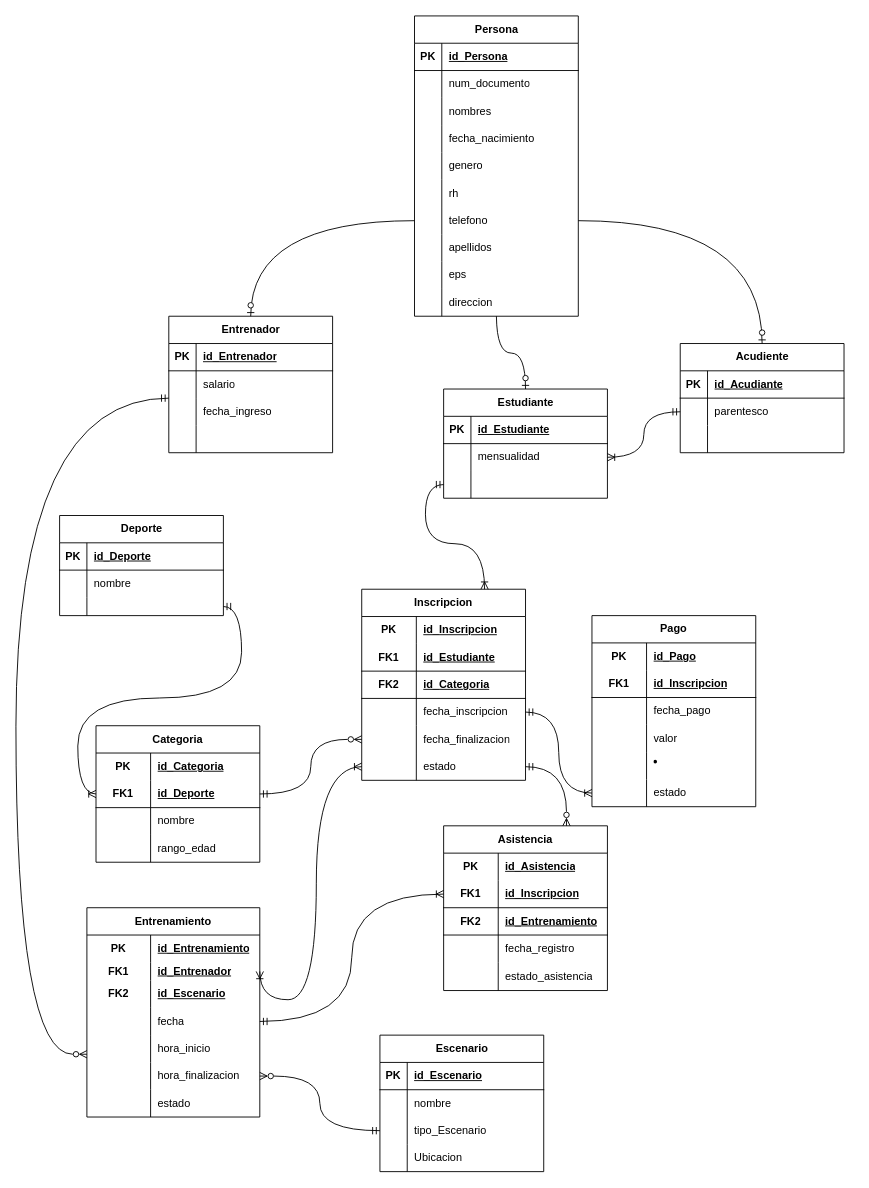
The draw.io diagram diagramas/diagrama_eer.drawio in jmmartinezbaute/proyecto-integrador-base-de-datos-1, before the edit. Source tidied: cells renumbered, new cells numbered last; positions are measured from the earlier drawing's top-left corner, leaving out a move shared by most shapes. Both pictures are drawn from the tidied source at 91%, with x=0, y=0 at pixel (15, 15).
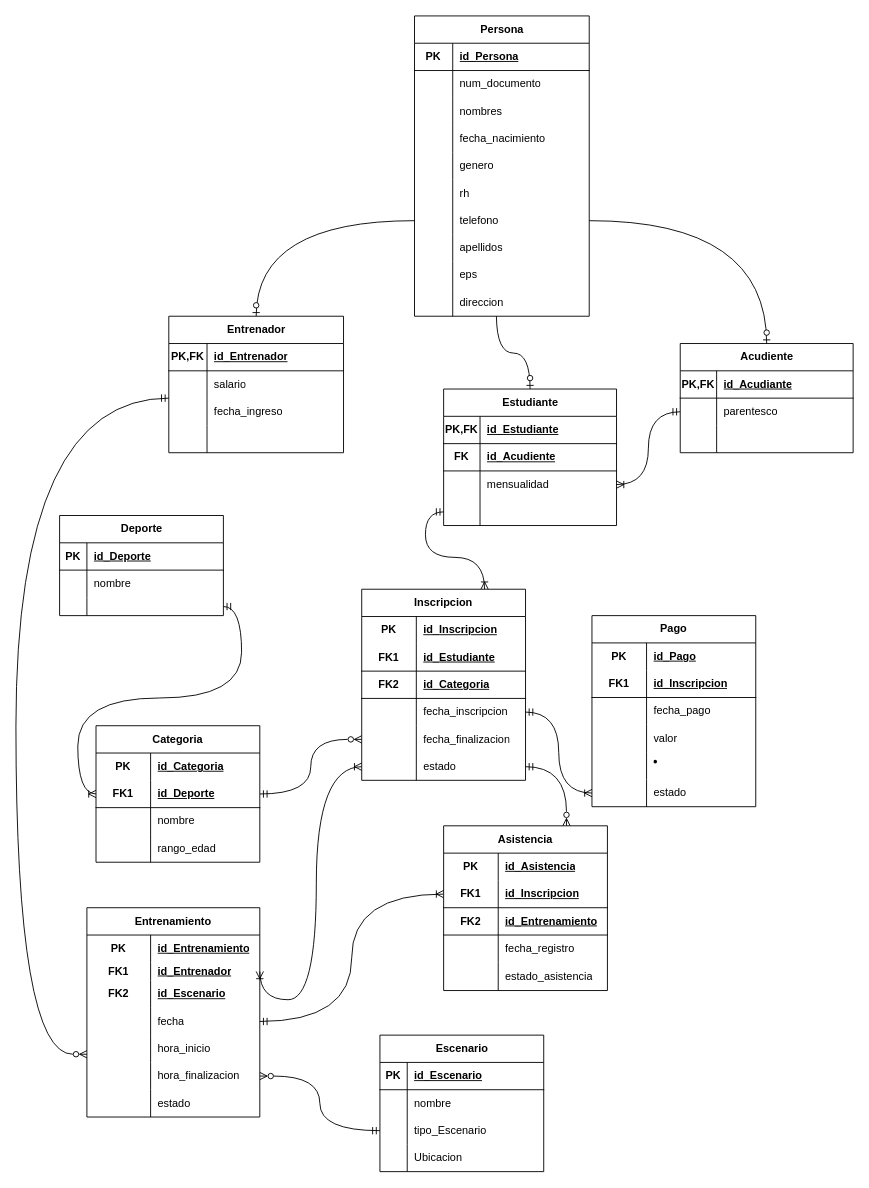
Above is the later version.

Commit message (it also covers changes not shown here):
fix: corrige notacion PK/FK en herencia y agrega FK acudiente

What changed in the source:
```diff
@@
     <mxCell id="2" value="Persona" style="shape=table;startSize=30;childLayout=tableLayout;rowLines=0;fontStyle=1;align=center;html=1;" parent="1" vertex="1">
-      <mxGeometry x="438" width="180" height="330" as="geometry" />
+      <mxGeometry x="438" width="192" height="330" as="geometry" />
     </mxCell>
     <mxCell id="3" style="shape=tableRow;horizontal=0;startSize=0;swimlaneHead=0;swimlaneBody=0;fillColor=none;top=0;left=0;right=0;bottom=1;" parent="2" vertex="1">
-      <mxGeometry y="30" width="180" height="30" as="geometry" />
+      <mxGeometry y="30" width="192" height="30" as="geometry" />
     </mxCell>
     <mxCell id="4" value="PK" style="shape=partialRectangle;fillColor=none;top=0;left=0;bottom=0;right=0;fontStyle=1;overflow=hidden;whiteSpace=wrap;html=1;" parent="3" vertex="1">
-      <mxGeometry width="30" height="30" as="geometry" />
+      <mxGeometry width="42" height="30" as="geometry" />
     </mxCell>
     <mxCell id="5" value="id_Persona" style="shape=partialRectangle;fillColor=none;top=0;left=0;bottom=0;right=0;align=left;spacingLeft=6;fontStyle=5;overflow=hidden;whiteSpace=wrap;html=1;" parent="3" vertex="1">
-      <mxGeometry x="30" width="150" height="30" as="geometry" />
+      <mxGeometry x="42" width="150" height="30" as="geometry" />
     </mxCell>
     <mxCell id="6" style="shape=tableRow;horizontal=0;startSize=0;swimlaneHead=0;swimlaneBody=0;fillColor=none;top=0;left=0;right=0;bottom=0;" parent="2" vertex="1">
-      <mxGeometry y="60" width="180" height="30" as="geometry" />
+      <mxGeometry y="60" width="192" height="30" as="geometry" />
     </mxCell>
     <mxCell id="7" style="shape=partialRectangle;fillColor=none;top=0;left=0;bottom=0;right=0;overflow=hidden;whiteSpace=wrap;html=1;" parent="6" vertex="1">
-      <mxGeometry width="30" height="30" as="geometry" />
+      <mxGeometry width="42" height="30" as="geometry" />
     </mxCell>
     <mxCell id="8" value="num_documento" style="shape=partialRectangle;fillColor=none;top=0;left=0;bottom=0;right=0;align=left;spacingLeft=6;overflow=hidden;whiteSpace=wrap;html=1;" parent="6" vertex="1">
-      <mxGeometry x="30" width="150" height="30" as="geometry" />
+      <mxGeometry x="42" width="150" height="30" as="geometry" />
     </mxCell>
     <mxCell id="9" style="shape=tableRow;horizontal=0;startSize=0;swimlaneHead=0;swimlaneBody=0;fillColor=none;top=0;left=0;right=0;bottom=0;" parent="2" vertex="1">
-      <mxGeometry y="90" width="180" height="30" as="geometry" />
+      <mxGeometry y="90" width="192" height="30" as="geometry" />
     </mxCell>
     <mxCell id="10" style="shape=partialRectangle;fillColor=none;top=0;left=0;bottom=0;right=0;overflow=hidden;whiteSpace=wrap;html=1;" parent="9" vertex="1">
-      <mxGeometry width="30" height="30" as="geometry" />
+      <mxGeometry width="42" height="30" as="geometry" />
     </mxCell>
     <mxCell id="11" value="nombres" style="shape=partialRectangle;fillColor=none;top=0;left=0;bottom=0;right=0;align=left;spacingLeft=6;overflow=hidden;whiteSpace=wrap;html=1;" parent="9" vertex="1">
-      <mxGeometry x="30" width="150" height="30" as="geometry" />
+      <mxGeometry x="42" width="150" height="30" as="geometry" />
     </mxCell>
     <mxCell id="12" style="shape=tableRow;horizontal=0;startSize=0;swimlaneHead=0;swimlaneBody=0;fillColor=none;top=0;left=0;right=0;bottom=0;" parent="2" vertex="1">
-      <mxGeometry y="120" width="180" height="30" as="geometry" />
+      <mxGeometry y="120" width="192" height="30" as="geometry" />
     </mxCell>
     <mxCell id="13" style="shape=partialRectangle;fillColor=none;top=0;left=0;bottom=0;right=0;overflow=hidden;whiteSpace=wrap;html=1;" parent="12" vertex="1">
-      <mxGeometry width="30" height="30" as="geometry" />
+      <mxGeometry width="42" height="30" as="geometry" />
     </mxCell>
     <mxCell id="14" value="fecha_nacimiento" style="shape=partialRectangle;fillColor=none;top=0;left=0;bottom=0;right=0;align=left;spacingLeft=6;overflow=hidden;whiteSpace=wrap;html=1;" parent="12" vertex="1">
-      <mxGeometry x="30" width="150" height="30" as="geometry" />
+      <mxGeometry x="42" width="150" height="30" as="geometry" />
     </mxCell>
     <mxCell id="15" style="shape=tableRow;horizontal=0;startSize=0;swimlaneHead=0;swimlaneBody=0;fillColor=none;top=0;left=0;right=0;bottom=0;" parent="2" vertex="1">
-      <mxGeometry y="150" width="180" height="30" as="geometry" />
+      <mxGeometry y="150" width="192" height="30" as="geometry" />
     </mxCell>
     <mxCell id="16" style="shape=partialRectangle;fillColor=none;top=0;left=0;bottom=0;right=0;overflow=hidden;whiteSpace=wrap;html=1;" parent="15" vertex="1">
-      <mxGeometry width="30" height="30" as="geometry" />
+      <mxGeometry width="42" height="30" as="geometry" />
     </mxCell>
     <mxCell id="17" value="genero" style="shape=partialRectangle;fillColor=none;top=0;left=0;bottom=0;right=0;align=left;spacingLeft=6;overflow=hidden;whiteSpace=wrap;html=1;" parent="15" vertex="1">
-      <mxGeometry x="30" width="150" height="30" as="geometry" />
+      <mxGeometry x="42" width="150" height="30" as="geometry" />
     </mxCell>
     <mxCell id="18" style="shape=tableRow;horizontal=0;startSize=0;swimlaneHead=0;swimlaneBody=0;fillColor=none;top=0;left=0;right=0;bottom=0;" parent="2" vertex="1">
-      <mxGeometry y="180" width="180" height="30" as="geometry" />
+      <mxGeometry y="180" width="192" height="30" as="geometry" />
     </mxCell>
     <mxCell id="19" style="shape=partialRectangle;fillColor=none;top=0;left=0;bottom=0;right=0;overflow=hidden;whiteSpace=wrap;html=1;" parent="18" vertex="1">
-      <mxGeometry width="30" height="30" as="geometry" />
+      <mxGeometry width="42" height="30" as="geometry" />
     </mxCell>
     <mxCell id="20" value="r&lt;span style=&quot;background-color: transparent; color: light-dark(rgb(0, 0, 0), rgb(255, 255, 255));&quot;&gt;h&lt;/span&gt;" style="shape=partialRectangle;fillColor=none;top=0;left=0;bottom=0;right=0;align=left;spacingLeft=6;overflow=hidden;whiteSpace=wrap;html=1;" parent="18" vertex="1">
-      <mxGeometry x="30" width="150" height="30" as="geometry" />
+      <mxGeometry x="42" width="150" height="30" as="geometry" />
     </mxCell>
     <mxCell id="21" style="shape=tableRow;horizontal=0;startSize=0;swimlaneHead=0;swimlaneBody=0;fillColor=none;points=[[0,0.5],[1,0.5]];portConstraint=eastwest;top=0;left=0;right=0;bottom=0;" parent="2" vertex="1">
-      <mxGeometry y="210" width="180" height="30" as="geometry" />
+      <mxGeometry y="210" width="192" height="30" as="geometry" />
     </mxCell>
     <mxCell id="22" style="shape=partialRectangle;fillColor=none;top=0;left=0;bottom=0;right=0;overflow=hidden;whiteSpace=wrap;html=1;" parent="21" vertex="1">
-      <mxGeometry width="30" height="30" as="geometry" />
+      <mxGeometry width="42" height="30" as="geometry" />
     </mxCell>
     <mxCell id="23" value="telefono" style="shape=partialRectangle;fillColor=none;top=0;left=0;bottom=0;right=0;align=left;spacingLeft=6;overflow=hidden;whiteSpace=wrap;html=1;" parent="21" vertex="1">
-      <mxGeometry x="30" width="150" height="30" as="geometry" />
+      <mxGeometry x="42" width="150" height="30" as="geometry" />
     </mxCell>
     <mxCell id="24" style="shape=tableRow;horizontal=0;startSize=0;swimlaneHead=0;swimlaneBody=0;fillColor=none;top=0;left=0;right=0;bottom=0;" parent="2" vertex="1">
-      <mxGeometry y="240" width="180" height="30" as="geometry" />
+      <mxGeometry y="240" width="192" height="30" as="geometry" />
     </mxCell>
     <mxCell id="25" style="shape=partialRectangle;fillColor=none;top=0;left=0;bottom=0;right=0;overflow=hidden;whiteSpace=wrap;html=1;" parent="24" vertex="1">
-      <mxGeometry width="30" height="30" as="geometry" />
+      <mxGeometry width="42" height="30" as="geometry" />
     </mxCell>
     <mxCell id="26" value="apellidos" style="shape=partialRectangle;fillColor=none;top=0;left=0;bottom=0;right=0;align=left;spacingLeft=6;overflow=hidden;whiteSpace=wrap;html=1;" parent="24" vertex="1">
-      <mxGeometry x="30" width="150" height="30" as="geometry" />
+      <mxGeometry x="42" width="150" height="30" as="geometry" />
     </mxCell>
     <mxCell id="27" style="shape=tableRow;horizontal=0;startSize=0;swimlaneHead=0;swimlaneBody=0;fillColor=none;top=0;left=0;right=0;bottom=0;" parent="2" vertex="1">
-      <mxGeometry y="270" width="180" height="30" as="geometry" />
+      <mxGeometry y="270" width="192" height="30" as="geometry" />
     </mxCell>
     <mxCell id="28" style="shape=partialRectangle;fillColor=none;top=0;left=0;bottom=0;right=0;overflow=hidden;whiteSpace=wrap;html=1;" parent="27" vertex="1">
-      <mxGeometry width="30" height="30" as="geometry" />
+      <mxGeometry width="42" height="30" as="geometry" />
     </mxCell>
     <mxCell id="29" value="eps" style="shape=partialRectangle;fillColor=none;top=0;left=0;bottom=0;right=0;align=left;spacingLeft=6;overflow=hidden;whiteSpace=wrap;html=1;" parent="27" vertex="1">
-      <mxGeometry x="30" width="150" height="30" as="geometry" />
+      <mxGeometry x="42" width="150" height="30" as="geometry" />
     </mxCell>
     <mxCell id="30" style="shape=tableRow;horizontal=0;startSize=0;swimlaneHead=0;swimlaneBody=0;fillColor=none;top=0;left=0;right=0;bottom=0;" parent="2" vertex="1">
-      <mxGeometry y="300" width="180" height="30" as="geometry" />
+      <mxGeometry y="300" width="192" height="30" as="geometry" />
     </mxCell>
     <mxCell id="31" style="shape=partialRectangle;fillColor=none;top=0;left=0;bottom=0;right=0;overflow=hidden;whiteSpace=wrap;html=1;" parent="30" vertex="1">
-      <mxGeometry width="30" height="30" as="geometry" />
+      <mxGeometry width="42" height="30" as="geometry" />
     </mxCell>
     <mxCell id="32" value="direccion" style="shape=partialRectangle;fillColor=none;top=0;left=0;bottom=0;right=0;align=left;spacingLeft=6;overflow=hidden;whiteSpace=wrap;html=1;" parent="30" vertex="1">
-      <mxGeometry x="30" width="150" height="30" as="geometry" />
+      <mxGeometry x="42" width="150" height="30" as="geometry" />
     </mxCell>
     <mxCell id="33" value="Entrenador" style="shape=table;startSize=30;childLayout=tableLayout;rowLines=0;fontStyle=1;align=center;html=1;" parent="1" vertex="1">
-      <mxGeometry x="168" y="330" width="180" height="150" as="geometry" />
+      <mxGeometry x="168" y="330" width="192" height="150" as="geometry" />
     </mxCell>
     <mxCell id="34" style="shape=tableRow;horizontal=0;startSize=0;swimlaneHead=0;swimlaneBody=0;fillColor=none;top=0;left=0;right=0;bottom=1;" parent="33" vertex="1">
-      <mxGeometry y="30" width="180" height="30" as="geometry" />
+      <mxGeometry y="30" width="192" height="30" as="geometry" />
     </mxCell>
-    <mxCell id="35" value="PK" style="shape=partialRectangle;fillColor=none;top=0;left=0;bottom=0;right=0;fontStyle=1;overflow=hidden;whiteSpace=wrap;html=1;" parent="34" vertex="1">
-      <mxGeometry width="30" height="30" as="geometry" />
+    <mxCell id="35" value="PK,FK" style="shape=partialRectangle;fillColor=none;top=0;left=0;bottom=0;right=0;fontStyle=1;overflow=hidden;whiteSpace=wrap;html=1;" parent="34" vertex="1">
+      <mxGeometry width="42" height="30" as="geometry" />
     </mxCell>
     <mxCell id="36" value="id_Entrenador" style="shape=partialRectangle;fillColor=none;top=0;left=0;bottom=0;right=0;align=left;spacingLeft=6;fontStyle=5;overflow=hidden;whiteSpace=wrap;html=1;" parent="34" vertex="1">
-      <mxGeometry x="30" width="150" height="30" as="geometry" />
+      <mxGeometry x="42" width="150" height="30" as="geometry" />
     </mxCell>
     <mxCell id="37" style="shape=tableRow;horizontal=0;startSize=0;swimlaneHead=0;swimlaneBody=0;fillColor=none;top=0;left=0;right=0;bottom=0;" parent="33" vertex="1">
-      <mxGeometry y="60" width="180" height="30" as="geometry" />
+      <mxGeometry y="60" width="192" height="30" as="geometry" />
     </mxCell>
     <mxCell id="38" style="shape=partialRectangle;fillColor=none;top=0;left=0;bottom=0;right=0;overflow=hidden;whiteSpace=wrap;html=1;" parent="37" vertex="1">
-      <mxGeometry width="30" height="30" as="geometry" />
+      <mxGeometry width="42" height="30" as="geometry" />
     </mxCell>
     <mxCell id="39" value="salario" style="shape=partialRectangle;fillColor=none;top=0;left=0;bottom=0;right=0;align=left;spacingLeft=6;overflow=hidden;whiteSpace=wrap;html=1;" parent="37" vertex="1">
-      <mxGeometry x="30" width="150" height="30" as="geometry" />
+      <mxGeometry x="42" width="150" height="30" as="geometry" />
     </mxCell>
     <mxCell id="40" style="shape=tableRow;horizontal=0;startSize=0;swimlaneHead=0;swimlaneBody=0;fillColor=none;top=0;left=0;right=0;bottom=0;" parent="33" vertex="1">
-      <mxGeometry y="90" width="180" height="30" as="geometry" />
+      <mxGeometry y="90" width="192" height="30" as="geometry" />
     </mxCell>
     <mxCell id="41" style="shape=partialRectangle;fillColor=none;top=0;left=0;bottom=0;right=0;overflow=hidden;whiteSpace=wrap;html=1;" parent="40" vertex="1">
-      <mxGeometry width="30" height="30" as="geometry" />
+      <mxGeometry width="42" height="30" as="geometry" />
     </mxCell>
     <mxCell id="42" value="fecha_ingreso" style="shape=partialRectangle;fillColor=none;top=0;left=0;bottom=0;right=0;align=left;spacingLeft=6;overflow=hidden;whiteSpace=wrap;html=1;" parent="40" vertex="1">
-      <mxGeometry x="30" width="150" height="30" as="geometry" />
+      <mxGeometry x="42" width="150" height="30" as="geometry" />
     </mxCell>
     <mxCell id="43" style="shape=tableRow;horizontal=0;startSize=0;swimlaneHead=0;swimlaneBody=0;fillColor=none;top=0;left=0;right=0;bottom=0;" parent="33" vertex="1">
-      <mxGeometry y="120" width="180" height="30" as="geometry" />
+      <mxGeometry y="120" width="192" height="30" as="geometry" />
     </mxCell>
     <mxCell id="44" style="shape=partialRectangle;fillColor=none;top=0;left=0;bottom=0;right=0;overflow=hidden;whiteSpace=wrap;html=1;" parent="43" vertex="1">
-      <mxGeometry width="30" height="30" as="geometry" />
+      <mxGeometry width="42" height="30" as="geometry" />
     </mxCell>
     <mxCell id="45" style="shape=partialRectangle;fillColor=none;top=0;left=0;bottom=0;right=0;align=left;spacingLeft=6;overflow=hidden;whiteSpace=wrap;html=1;" parent="43" vertex="1">
-      <mxGeometry x="30" width="150" height="30" as="geometry" />
+      <mxGeometry x="42" width="150" height="30" as="geometry" />
     </mxCell>
     <mxCell id="46" value="Acudiente" style="shape=table;startSize=30;childLayout=tableLayout;rowLines=0;fontStyle=1;align=center;html=1;" parent="1" vertex="1">
-      <mxGeometry x="730" y="360" width="180" height="120" as="geometry" />
+      <mxGeometry x="730" y="360" width="190" height="120" as="geometry" />
     </mxCell>
     <mxCell id="47" style="shape=tableRow;horizontal=0;startSize=0;swimlaneHead=0;swimlaneBody=0;fillColor=none;top=0;left=0;right=0;bottom=1;" parent="46" vertex="1">
-      <mxGeometry y="30" width="180" height="30" as="geometry" />
+      <mxGeometry y="30" width="190" height="30" as="geometry" />
     </mxCell>
-    <mxCell id="48" value="PK" style="shape=partialRectangle;fillColor=none;top=0;left=0;bottom=0;right=0;fontStyle=1;overflow=hidden;whiteSpace=wrap;html=1;" parent="47" vertex="1">
-      <mxGeometry width="30" height="30" as="geometry" />
+    <mxCell id="48" value="PK,FK" style="shape=partialRectangle;fillColor=none;top=0;left=0;bottom=0;right=0;fontStyle=1;overflow=hidden;whiteSpace=wrap;html=1;" parent="47" vertex="1">
+      <mxGeometry width="40" height="30" as="geometry" />
     </mxCell>
     <mxCell id="49" value="id_Acudiante" style="shape=partialRectangle;fillColor=none;top=0;left=0;bottom=0;right=0;align=left;spacingLeft=6;fontStyle=5;overflow=hidden;whiteSpace=wrap;html=1;" parent="47" vertex="1">
-      <mxGeometry x="30" width="150" height="30" as="geometry" />
+      <mxGeometry x="40" width="150" height="30" as="geometry" />
     </mxCell>
     <mxCell id="50" style="shape=tableRow;horizontal=0;startSize=0;swimlaneHead=0;swimlaneBody=0;fillColor=none;points=[[0,0.5],[1,0.5]];portConstraint=eastwest;top=0;left=0;right=0;bottom=0;" parent="46" vertex="1">
-      <mxGeometry y="60" width="180" height="30" as="geometry" />
+      <mxGeometry y="60" width="190" height="30" as="geometry" />
     </mxCell>
     <mxCell id="51" style="shape=partialRectangle;fillColor=none;top=0;left=0;bottom=0;right=0;overflow=hidden;whiteSpace=wrap;html=1;" parent="50" vertex="1">
-      <mxGeometry width="30" height="30" as="geometry" />
+      <mxGeometry width="40" height="30" as="geometry" />
     </mxCell>
     <mxCell id="52" value="parentesco" style="shape=partialRectangle;fillColor=none;top=0;left=0;bottom=0;right=0;align=left;spacingLeft=6;overflow=hidden;whiteSpace=wrap;html=1;" parent="50" vertex="1">
-      <mxGeometry x="30" width="150" height="30" as="geometry" />
+      <mxGeometry x="40" width="150" height="30" as="geometry" />
     </mxCell>
     <mxCell id="53" style="shape=tableRow;horizontal=0;startSize=0;swimlaneHead=0;swimlaneBody=0;fillColor=none;top=0;left=0;right=0;bottom=0;" parent="46" vertex="1">
-      <mxGeometry y="90" width="180" height="30" as="geometry" />
+      <mxGeometry y="90" width="190" height="30" as="geometry" />
     </mxCell>
     <mxCell id="54" style="shape=partialRectangle;fillColor=none;top=0;left=0;bottom=0;right=0;overflow=hidden;whiteSpace=wrap;html=1;" parent="53" vertex="1">
-      <mxGeometry width="30" height="30" as="geometry" />
+      <mxGeometry width="40" height="30" as="geometry" />
     </mxCell>
     <mxCell id="55" style="shape=partialRectangle;fillColor=none;top=0;left=0;bottom=0;right=0;align=left;spacingLeft=6;overflow=hidden;whiteSpace=wrap;html=1;" parent="53" vertex="1">
-      <mxGeometry x="30" width="150" height="30" as="geometry" />
+      <mxGeometry x="40" width="150" height="30" as="geometry" />
     </mxCell>
     <mxCell id="56" value="Estudiante" style="shape=table;startSize=30;childLayout=tableLayout;rowLines=0;fontStyle=1;align=center;html=1;" parent="1" vertex="1">
-      <mxGeometry x="470" y="410" width="180" height="120" as="geometry" />
+      <mxGeometry x="470" y="410" width="190" height="150" as="geometry" />
     </mxCell>
     <mxCell id="57" style="shape=tableRow;horizontal=0;startSize=0;swimlaneHead=0;swimlaneBody=0;fillColor=none;top=0;left=0;right=0;bottom=1;" parent="56" vertex="1">
-      <mxGeometry y="30" width="180" height="30" as="geometry" />
+      <mxGeometry y="30" width="190" height="30" as="geometry" />
     </mxCell>
-    <mxCell id="58" value="PK" style="shape=partialRectangle;fillColor=none;top=0;left=0;bottom=0;right=0;fontStyle=1;overflow=hidden;whiteSpace=wrap;html=1;" parent="57" vertex="1">
-      <mxGeometry width="30" height="30" as="geometry" />
+    <mxCell id="58" value="PK,FK" style="shape=partialRectangle;fillColor=none;top=0;left=0;bottom=0;right=0;fontStyle=1;overflow=hidden;whiteSpace=wrap;html=1;" parent="57" vertex="1">
+      <mxGeometry width="40" height="30" as="geometry" />
     </mxCell>
     <mxCell id="59" value="id_Estudiante" style="shape=partialRectangle;fillColor=none;top=0;left=0;bottom=0;right=0;align=left;spacingLeft=6;fontStyle=5;overflow=hidden;whiteSpace=wrap;html=1;" parent="57" vertex="1">
-      <mxGeometry x="30" width="150" height="30" as="geometry" />
+      <mxGeometry x="40" width="150" height="30" as="geometry" />
     </mxCell>
+    <mxCell id="191" style="shape=tableRow;horizontal=0;startSize=0;swimlaneHead=0;swimlaneBody=0;fillColor=none;top=0;left=0;right=0;bottom=1;" parent="56" vertex="1">
+      <mxGeometry y="60" width="190" height="30" as="geometry" />
+    </mxCell>
+    <mxCell id="192" value="FK" style="shape=partialRectangle;fillColor=none;top=0;left=0;bottom=0;right=0;fontStyle=1;overflow=hidden;whiteSpace=wrap;html=1;" parent="191" vertex="1">
+      <mxGeometry width="40" height="30" as="geometry" />
+    </mxCell>
+    <mxCell id="193" value="id_Acudiente" style="shape=partialRectangle;fillColor=none;top=0;left=0;bottom=0;right=0;align=left;spacingLeft=6;fontStyle=5;overflow=hidden;whiteSpace=wrap;html=1;" parent="191" vertex="1">
+      <mxGeometry x="40" width="150" height="30" as="geometry" />
+    </mxCell>
     <mxCell id="60" style="shape=tableRow;horizontal=0;startSize=0;swimlaneHead=0;swimlaneBody=0;fillColor=none;points=[[0,0.5],[1,0.5]];portConstraint=eastwest;top=0;left=0;right=0;bottom=0;" parent="56" vertex="1">
-      <mxGeometry y="60" width="180" height="30" as="geometry" />
+      <mxGeometry y="90" width="190" height="30" as="geometry" />
     </mxCell>
     <mxCell id="61" style="shape=partialRectangle;fillColor=none;top=0;left=0;bottom=0;right=0;overflow=hidden;whiteSpace=wrap;html=1;" parent="60" vertex="1">
-      <mxGeometry width="30" height="30" as="geometry" />
+      <mxGeometry width="40" height="30" as="geometry" />
     </mxCell>
     <mxCell id="62" value="mensualidad" style="shape=partialRectangle;fillColor=none;top=0;left=0;bottom=0;right=0;align=left;spacingLeft=6;overflow=hidden;whiteSpace=wrap;html=1;" parent="60" vertex="1">
-      <mxGeometry x="30" width="150" height="30" as="geometry" />
+      <mxGeometry x="40" width="150" height="30" as="geometry" />
     </mxCell>
     <mxCell id="63" style="shape=tableRow;horizontal=0;startSize=0;swimlaneHead=0;swimlaneBody=0;fillColor=none;points=[[0,0.5],[1,0.5]];portConstraint=eastwest;top=0;left=0;right=0;bottom=0;" parent="56" vertex="1">
-      <mxGeometry y="90" width="180" height="30" as="geometry" />
+      <mxGeometry y="120" width="190" height="30" as="geometry" />
     </mxCell>
     <mxCell id="64" style="shape=partialRectangle;fillColor=none;top=0;left=0;bottom=0;right=0;overflow=hidden;whiteSpace=wrap;html=1;" parent="63" vertex="1">
-      <mxGeometry width="30" height="30" as="geometry" />
+      <mxGeometry width="40" height="30" as="geometry" />
     </mxCell>
     <mxCell id="65" style="shape=partialRectangle;fillColor=none;top=0;left=0;bottom=0;right=0;align=left;spacingLeft=6;overflow=hidden;whiteSpace=wrap;html=1;" parent="63" vertex="1">
-      <mxGeometry x="30" width="150" height="30" as="geometry" />
+      <mxGeometry x="40" width="150" height="30" as="geometry" />
     </mxCell>
```
